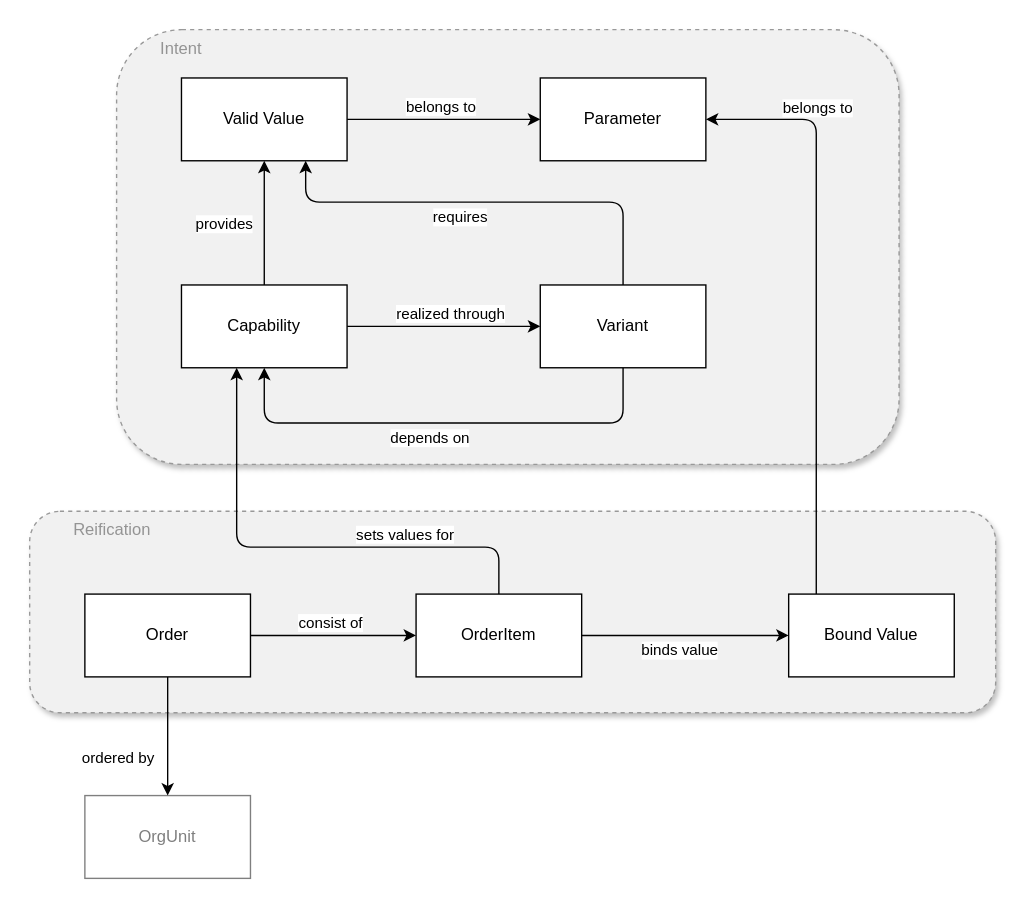
Before: page "p3: Capabilities" (7 of 12) of content/docs/model/images/model-entities.drawio in emeland-io/book, a draw.io diagram. Source tidied: cells renumbered, new cells numbered last; positions are measured from the earlier drawing's top-left corner, leaving out a move shared by most shapes. Both pictures are drawn from the tidied source at 138%, with x=0, y=0 at pixel (29, 29).
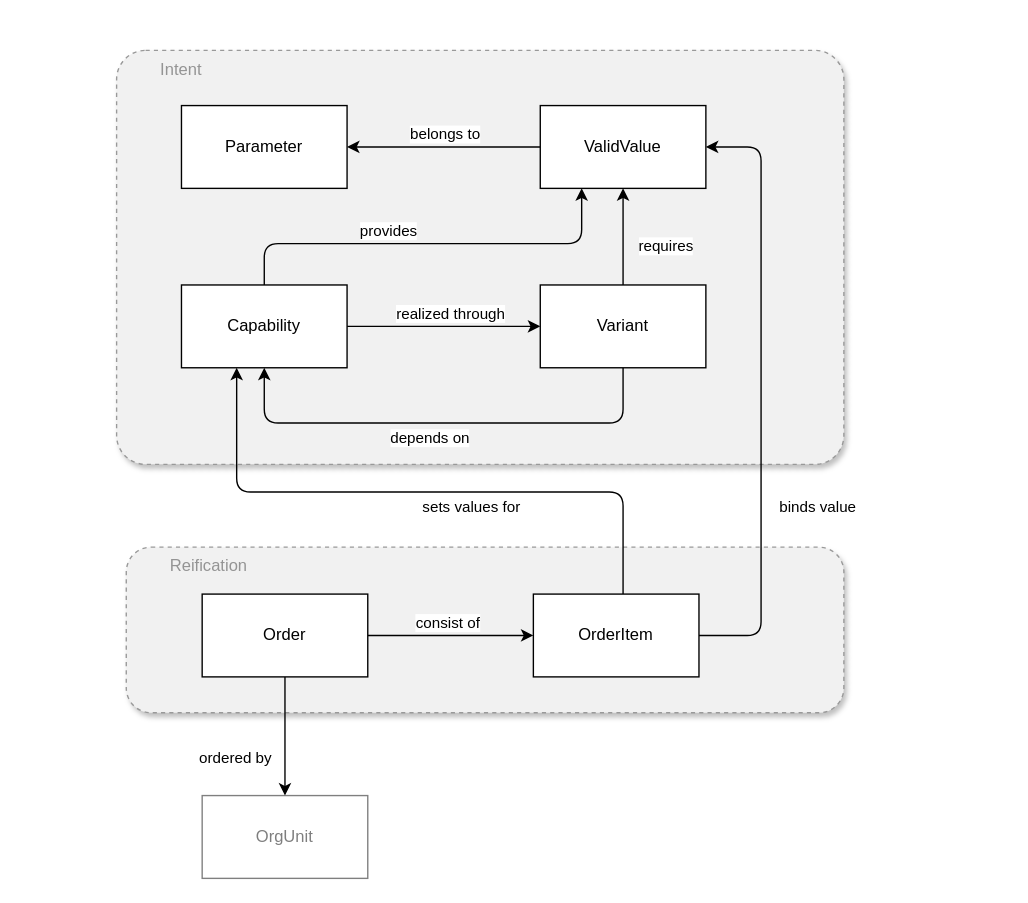
The same page after the edit.

Commit message (it also covers changes not shown here):
pick up review comments: clarify model on bound values; fix typos

The change refers to these unchanged cells:
```xml
<mxCell id="8" value="Capability" style="rounded=0;whiteSpace=wrap;html=1;" parent="1" vertex="1">
  <mxGeometry x="110" y="185" width="120" height="60" as="geometry" />
</mxCell>
<mxCell id="13" value="Variant" style="rounded=0;whiteSpace=wrap;html=1;" parent="1" vertex="1">
  <mxGeometry x="370" y="185" width="120" height="60" as="geometry" />
</mxCell>
<mxCell id="15" style="edgeStyle=none;html=1;" parent="1" edge="1" source="17" target="14">
  <mxGeometry relative="1" as="geometry" />
</mxCell>
```

The edit, as a diff of the source:
```diff
@@
     <mxCell id="2" value="Reification" style="rounded=1;whiteSpace=wrap;html=1;fillColor=#F1F1F1;shadow=1;strokeColor=#999999;dashed=1;align=left;verticalAlign=top;spacingLeft=30;fontColor=#949494;" parent="1" vertex="1">
-      <mxGeometry y="349" width="700" height="146" as="geometry" />
+      <mxGeometry x="70" y="375" width="520" height="120" as="geometry" />
     </mxCell>
-    <mxCell id="3" value="Intent" style="rounded=1;whiteSpace=wrap;html=1;fillColor=#F1F1F1;shadow=1;strokeColor=#999999;dashed=1;align=left;verticalAlign=top;spacingLeft=30;fontColor=#949494;" parent="1" vertex="1">
-      <mxGeometry x="63" width="567" height="315" as="geometry" />
+    <mxCell id="3" value="Intent" style="rounded=1;whiteSpace=wrap;html=1;fillColor=#F1F1F1;shadow=1;strokeColor=#999999;dashed=1;align=left;verticalAlign=top;spacingLeft=30;fontColor=#949494;arcSize=7;" parent="1" vertex="1">
+      <mxGeometry x="63" y="15" width="527" height="300" as="geometry" />
     </mxCell>
@@
-    <mxCell id="6" style="edgeStyle=none;html=1;" parent="1" edge="1" source="8" target="17">
-      <mxGeometry relative="1" as="geometry" />
+    <mxCell id="6" style="edgeStyle=orthogonalEdgeStyle;html=1;" parent="1" edge="1" source="8" target="17">
+      <mxGeometry relative="1" as="geometry">
+        <Array as="points">
+          <mxPoint x="170" y="155" />
+          <mxPoint x="400" y="155" />
+        </Array>
+      </mxGeometry>
     </mxCell>
     <mxCell id="7" value="provides" style="edgeLabel;html=1;align=center;verticalAlign=middle;" parent="6" vertex="1">
       <mxGeometry y="-1" relative="1" as="geometry">
-        <mxPoint x="-31" as="offset" />
+        <mxPoint x="-31" y="-11" as="offset" />
       </mxGeometry>
     </mxCell>
@@
     <mxCell id="11" style="edgeStyle=orthogonalEdgeStyle;html=1;" parent="1" edge="1" source="13" target="17">
       <mxGeometry relative="1" as="geometry">
         <Array as="points">
-          <mxPoint x="430" y="125" />
-          <mxPoint x="200" y="125" />
+          <mxPoint x="430" y="155" />
+          <mxPoint x="430" y="155" />
         </Array>
       </mxGeometry>
     </mxCell>
     <mxCell id="12" value="requires" style="edgeLabel;html=1;align=center;verticalAlign=middle;" parent="11" vertex="1">
       <mxGeometry x="-0.33" relative="1" as="geometry">
-        <mxPoint x="-72" y="10" as="offset" />
+        <mxPoint x="30" y="-6" as="offset" />
       </mxGeometry>
     </mxCell>
@@
     <mxCell id="14" value="Parameter" style="rounded=0;whiteSpace=wrap;html=1;" parent="1" vertex="1">
-      <mxGeometry x="370" y="35" width="120" height="60" as="geometry" />
+      <mxGeometry x="110" y="55" width="120" height="60" as="geometry" />
     </mxCell>
@@
     <mxCell id="16" value="belongs to" style="edgeLabel;html=1;align=center;verticalAlign=middle;" parent="15" vertex="1">
       <mxGeometry x="-0.32" y="2" relative="1" as="geometry">
-        <mxPoint x="19" y="-8" as="offset" />
+        <mxPoint x="-22" y="-12" as="offset" />
       </mxGeometry>
     </mxCell>
-    <mxCell id="17" value="Valid Value" style="rounded=0;whiteSpace=wrap;html=1;" parent="1" vertex="1">
-      <mxGeometry x="110" y="35" width="120" height="60" as="geometry" />
+    <mxCell id="17" value="ValidValue" style="rounded=0;whiteSpace=wrap;html=1;" parent="1" vertex="1">
+      <mxGeometry x="370" y="55" width="120" height="60" as="geometry" />
     </mxCell>
@@
     <mxCell id="22" value="Order" style="rounded=0;whiteSpace=wrap;html=1;" parent="1" vertex="1">
-      <mxGeometry x="40" y="409" width="120" height="60" as="geometry" />
+      <mxGeometry x="125" y="409" width="120" height="60" as="geometry" />
     </mxCell>
     <mxCell id="23" style="edgeStyle=orthogonalEdgeStyle;html=1;" parent="1" edge="1" source="27" target="8">
       <mxGeometry relative="1" as="geometry">
         <Array as="points">
-          <mxPoint x="340" y="375" />
-          <mxPoint x="150" y="375" />
+          <mxPoint x="430" y="335" />
+          <mxPoint x="150" y="335" />
         </Array>
       </mxGeometry>
     </mxCell>
     <mxCell id="24" value="sets values for" style="edgeLabel;html=1;align=center;verticalAlign=middle;" parent="23" vertex="1">
       <mxGeometry x="0.12" y="-1" relative="1" as="geometry">
-        <mxPoint x="95" y="-9" as="offset" />
+        <mxPoint x="64" y="11" as="offset" />
       </mxGeometry>
     </mxCell>
-    <mxCell id="25" style="edgeStyle=orthogonalEdgeStyle;html=1;" parent="1" edge="1" source="27" target="31">
-      <mxGeometry relative="1" as="geometry" />
+    <mxCell id="25" style="edgeStyle=orthogonalEdgeStyle;html=1;" parent="1" edge="1" source="27" target="17">
+      <mxGeometry relative="1" as="geometry">
+        <Array as="points">
+          <mxPoint x="530" y="439" />
+          <mxPoint x="530" y="85" />
+        </Array>
+      </mxGeometry>
     </mxCell>
     <mxCell id="26" value="binds value" style="edgeLabel;html=1;align=center;verticalAlign=middle;" parent="25" vertex="1">
       <mxGeometry x="-0.36" y="1" relative="1" as="geometry">
-        <mxPoint x="22" y="11" as="offset" />
+        <mxPoint x="41" y="1" as="offset" />
       </mxGeometry>
     </mxCell>
     <mxCell id="27" value="OrderItem" style="rounded=0;whiteSpace=wrap;html=1;" parent="1" vertex="1">
-      <mxGeometry x="280" y="409" width="120" height="60" as="geometry" />
+      <mxGeometry x="365" y="409" width="120" height="60" as="geometry" />
     </mxCell>
     <mxCell id="28" value="OrgUnit" style="rounded=0;whiteSpace=wrap;html=1;opacity=50;textOpacity=50;" parent="1" vertex="1">
-      <mxGeometry x="40" y="555" width="120" height="60" as="geometry" />
+      <mxGeometry x="125" y="555" width="120" height="60" as="geometry" />
     </mxCell>
-    <mxCell id="29" style="edgeStyle=orthogonalEdgeStyle;html=1;" parent="1" edge="1" source="31" target="14">
-      <mxGeometry relative="1" as="geometry">
-        <Array as="points">
-          <mxPoint x="570" y="65" />
-        </Array>
-      </mxGeometry>
-    </mxCell>
-    <mxCell id="30" value="belongs to" style="edgeLabel;html=1;align=center;verticalAlign=middle;" parent="29" vertex="1">
-      <mxGeometry y="2" relative="1" as="geometry">
-        <mxPoint x="2" y="-141" as="offset" />
-      </mxGeometry>
-    </mxCell>
-    <mxCell id="31" value="Bound Value" style="rounded=0;whiteSpace=wrap;html=1;" parent="1" vertex="1">
-      <mxGeometry x="550" y="409" width="120" height="60" as="geometry" />
-    </mxCell>
```
